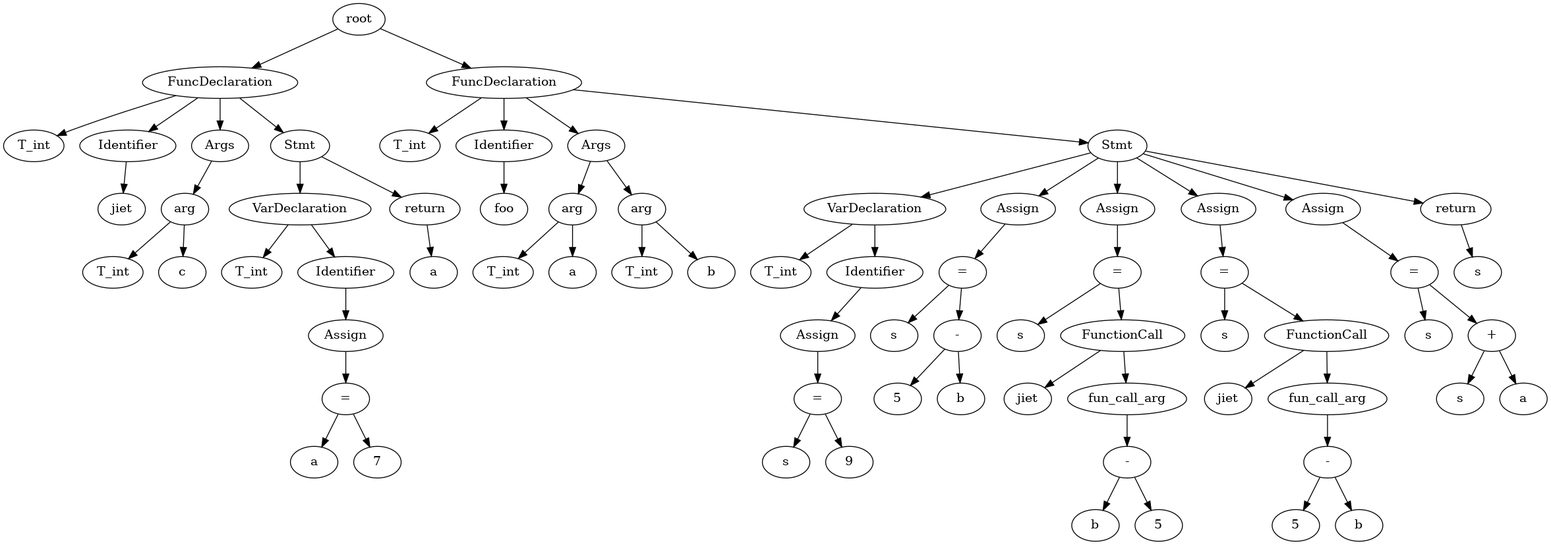
The Graphviz diagram test.gv.png in Jstar49/starCC, before a commit. Its source is kept beside it as test.gv.
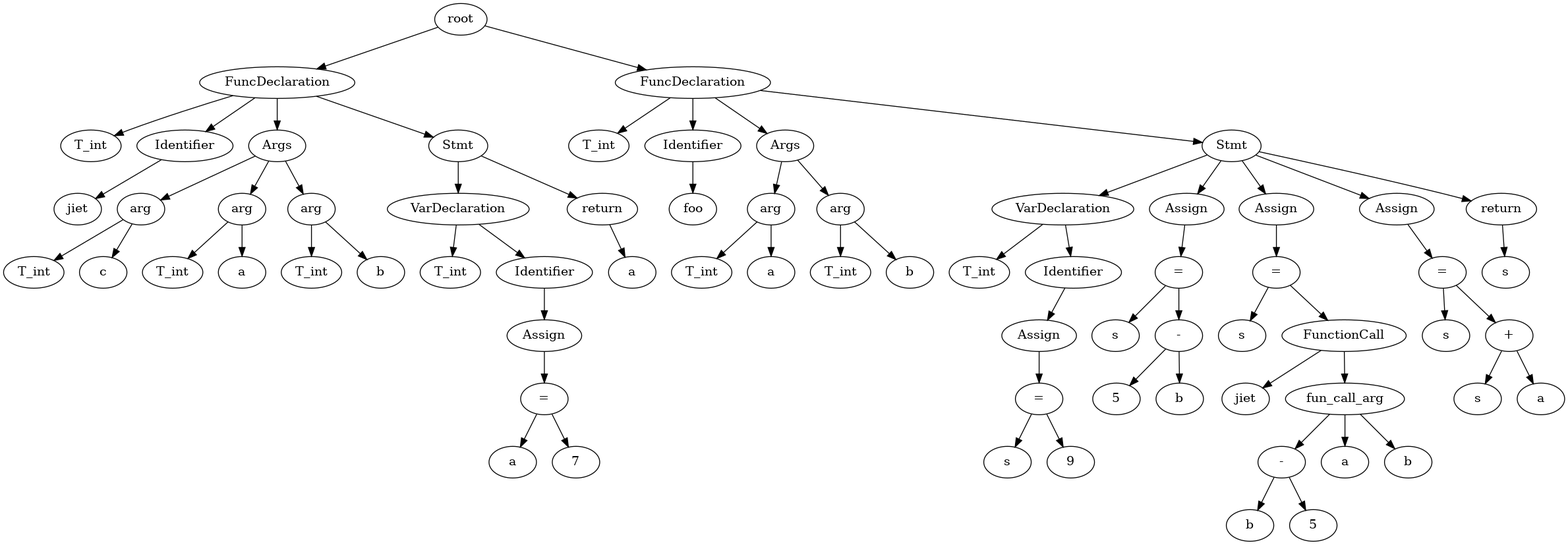
After the commit.

Diff of the diagram source:
```diff
@@ -16,126 +16,124 @@
 	5 -> 6
 	7 [label=c]
 	5 -> 7
-	8 [label=Stmt]
-	0 -> 8
-	9 [label=VarDeclaration]
+	8 [label=arg]
+	4 -> 8
+	9 [label=T_int]
 	8 -> 9
-	10 [label=T_int]
-	9 -> 10
-	11 [label=Identifier]
-	9 -> 11
-	12 [label=Assign]
+	10 [label=a]
+	8 -> 10
+	11 [label=arg]
+	4 -> 11
+	12 [label=T_int]
 	11 -> 12
-	14 [label="="]
-	12 -> 14
-	13 [label=a]
-	14 -> 13
-	15 [label=7]
+	13 [label=b]
+	11 -> 13
+	14 [label=Stmt]
+	0 -> 14
+	15 [label=VarDeclaration]
 	14 -> 15
-	16 [label=return]
-	8 -> 16
-	17 [label=a]
-	16 -> 17
-	18 [label=FuncDeclaration]
-	None -> 18
-	19 [label=T_int]
-	18 -> 19
-	20 [label=Identifier]
+	16 [label=T_int]
+	15 -> 16
+	17 [label=Identifier]
+	15 -> 17
+	18 [label=Assign]
+	17 -> 18
+	20 [label="="]
 	18 -> 20
-	21 [label=foo]
+	19 [label=a]
+	20 -> 19
+	21 [label=7]
 	20 -> 21
-	22 [label=Args]
-	18 -> 22
-	23 [label=arg]
+	22 [label=return]
+	14 -> 22
+	23 [label=a]
 	22 -> 23
-	24 [label=T_int]
-	23 -> 24
-	25 [label=a]
-	23 -> 25
-	26 [label=arg]
-	22 -> 26
-	27 [label=T_int]
+	24 [label=FuncDeclaration]
+	None -> 24
+	25 [label=T_int]
+	24 -> 25
+	26 [label=Identifier]
+	24 -> 26
+	27 [label=foo]
 	26 -> 27
-	28 [label=b]
-	26 -> 28
-	29 [label=Stmt]
-	18 -> 29
-	30 [label=VarDeclaration]
+	28 [label=Args]
+	24 -> 28
+	29 [label=arg]
+	28 -> 29
+	30 [label=T_int]
 	29 -> 30
-	31 [label=T_int]
-	30 -> 31
-	32 [label=Identifier]
-	30 -> 32
-	33 [label=Assign]
+	31 [label=a]
+	29 -> 31
+	32 [label=arg]
+	28 -> 32
+	33 [label=T_int]
 	32 -> 33
-	35 [label="="]
-	33 -> 35
-	34 [label=s]
-	35 -> 34
-	36 [label=9]
+	34 [label=b]
+	32 -> 34
+	35 [label=Stmt]
+	24 -> 35
+	36 [label=VarDeclaration]
 	35 -> 36
-	37 [label=Assign]
-	29 -> 37
-	39 [label="="]
-	37 -> 39
-	38 [label=s]
-	39 -> 38
-	41 [label="-"]
+	37 [label=T_int]
+	36 -> 37
+	38 [label=Identifier]
+	36 -> 38
+	39 [label=Assign]
+	38 -> 39
+	41 [label="="]
 	39 -> 41
-	40 [label=5]
+	40 [label=s]
 	41 -> 40
-	42 [label=b]
+	42 [label=9]
 	41 -> 42
 	43 [label=Assign]
-	29 -> 43
+	35 -> 43
 	45 [label="="]
 	43 -> 45
 	44 [label=s]
 	45 -> 44
-	46 [label=FunctionCall]
-	45 -> 46
-	47 [label=jiet]
-	46 -> 47
-	48 [label=fun_call_arg]
-	46 -> 48
-	50 [label="-"]
-	48 -> 50
-	49 [label=b]
-	50 -> 49
-	51 [label=5]
-	50 -> 51
-	52 [label=Assign]
-	29 -> 52
-	54 [label="="]
+	47 [label="-"]
+	45 -> 47
+	46 [label=5]
+	47 -> 46
+	48 [label=b]
+	47 -> 48
+	49 [label=Assign]
+	35 -> 49
+	51 [label="="]
+	49 -> 51
+	50 [label=s]
+	51 -> 50
+	52 [label=FunctionCall]
+	51 -> 52
+	53 [label=jiet]
+	52 -> 53
+	54 [label=fun_call_arg]
 	52 -> 54
-	53 [label=s]
-	54 -> 53
-	55 [label=FunctionCall]
-	54 -> 55
-	56 [label=jiet]
-	55 -> 56
-	57 [label=fun_call_arg]
-	55 -> 57
-	59 [label="-"]
-	57 -> 59
-	58 [label=5]
-	59 -> 58
-	60 [label=b]
-	59 -> 60
-	61 [label=Assign]
-	29 -> 61
-	63 [label="="]
-	61 -> 63
-	62 [label=s]
-	63 -> 62
-	65 [label="+"]
-	63 -> 65
-	64 [label=s]
-	65 -> 64
-	66 [label=a]
-	65 -> 66
-	67 [label=return]
-	29 -> 67
-	68 [label=s]
-	67 -> 68
+	56 [label="-"]
+	54 -> 56
+	55 [label=b]
+	56 -> 55
+	57 [label=5]
+	56 -> 57
+	58 [label=a]
+	54 -> 58
+	59 [label=b]
+	54 -> 59
+	60 [label=Assign]
+	35 -> 60
+	62 [label="="]
+	60 -> 62
+	61 [label=s]
+	62 -> 61
+	64 [label="+"]
+	62 -> 64
+	63 [label=s]
+	64 -> 63
+	65 [label=a]
+	64 -> 65
+	66 [label=return]
+	35 -> 66
+	67 [label=s]
+	66 -> 67
 }
```
